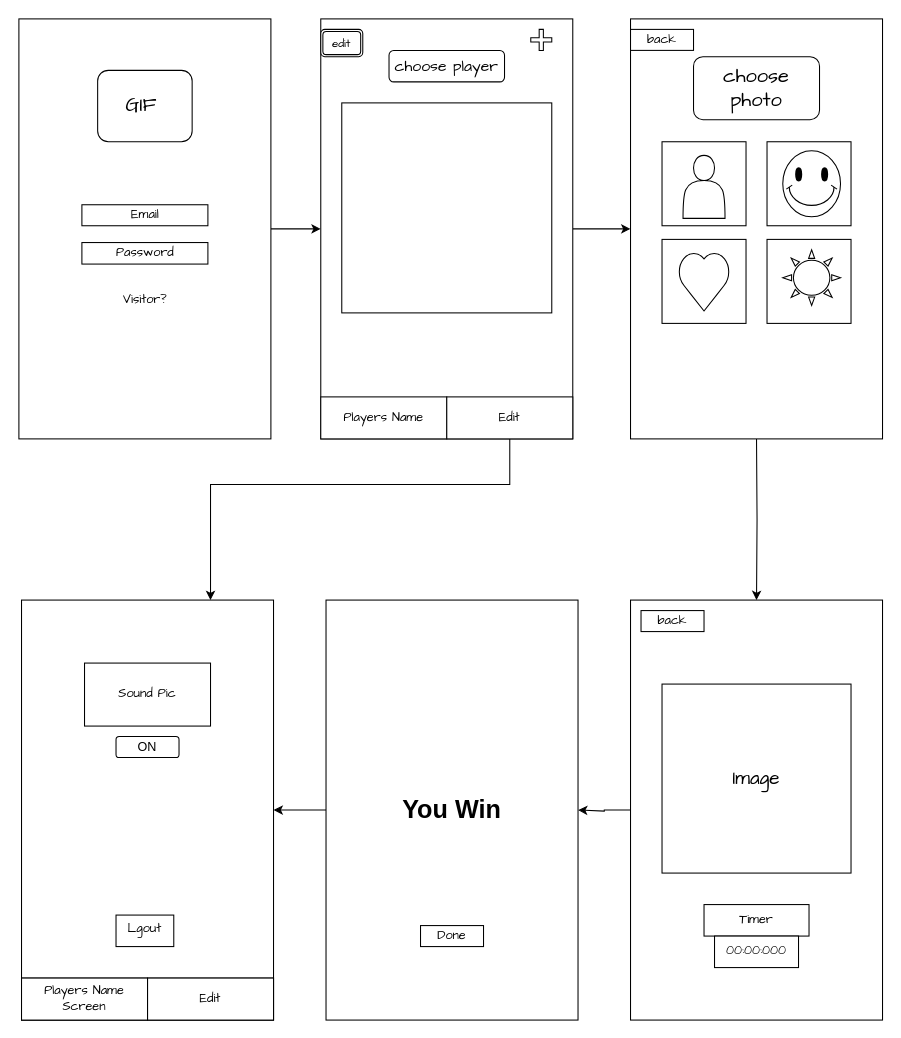
Above: Untitled Diagram.drawio in noyeraltamimi/Puzzles (draw.io), before the change. Source tidied: cells renumbered, new cells numbered last; positions are measured from the earlier drawing's top-left corner, leaving out a move shared by most shapes. Both pictures are drawn from the tidied source at 105%, with x=0, y=0 at pixel (19, 18).
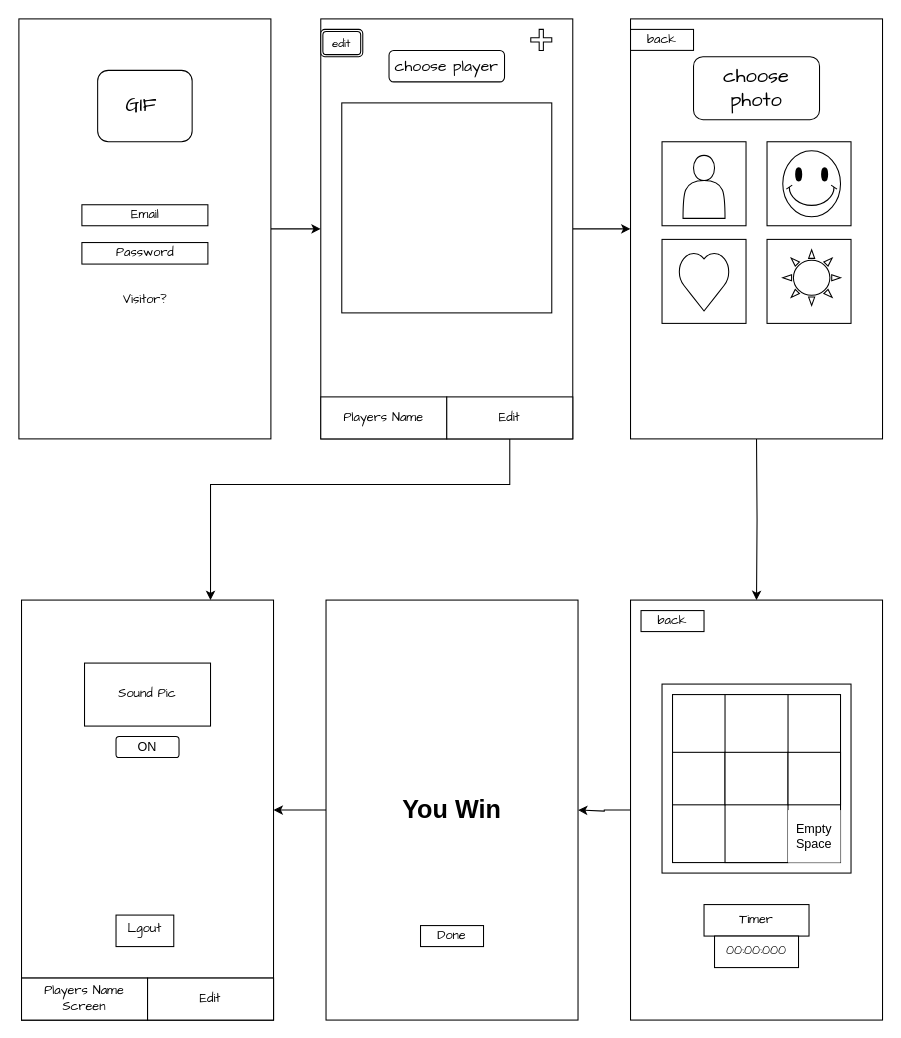
The same page after the edit.

Diff of the diagram source:
```diff
@@
+    <mxCell id="45" style="whiteSpace=wrap;html=1;fontFamily=Courier New;fontSize=25;align=left;verticalAlign=top;" parent="1" vertex="1">
+      <mxGeometry x="622" y="644" width="160" height="160" as="geometry" />
+    </mxCell>
+    <mxCell id="46" style="rounded=0;whiteSpace=wrap;html=1;" parent="1" vertex="1">
+      <mxGeometry x="672" y="644" width="60" height="160" as="geometry" />
+    </mxCell>
+    <mxCell id="47" style="rounded=0;whiteSpace=wrap;html=1;" parent="1" vertex="1">
+      <mxGeometry x="622" y="699" width="50" height="50" as="geometry" />
+    </mxCell>
+    <mxCell id="48" style="rounded=0;whiteSpace=wrap;html=1;" parent="1" vertex="1">
+      <mxGeometry x="672" y="699" width="60" height="50" as="geometry" />
+    </mxCell>
+    <mxCell id="49" style="rounded=0;whiteSpace=wrap;html=1;" parent="1" vertex="1">
+      <mxGeometry x="732" y="699" width="50" height="50" as="geometry" />
+    </mxCell>
+    <mxCell id="50" value="Empty Space" style="rounded=0;whiteSpace=wrap;html=1;strokeColor=none;" parent="1" vertex="1">
+      <mxGeometry x="732" y="754" width="50" height="50" as="geometry" />
+    </mxCell>
```
